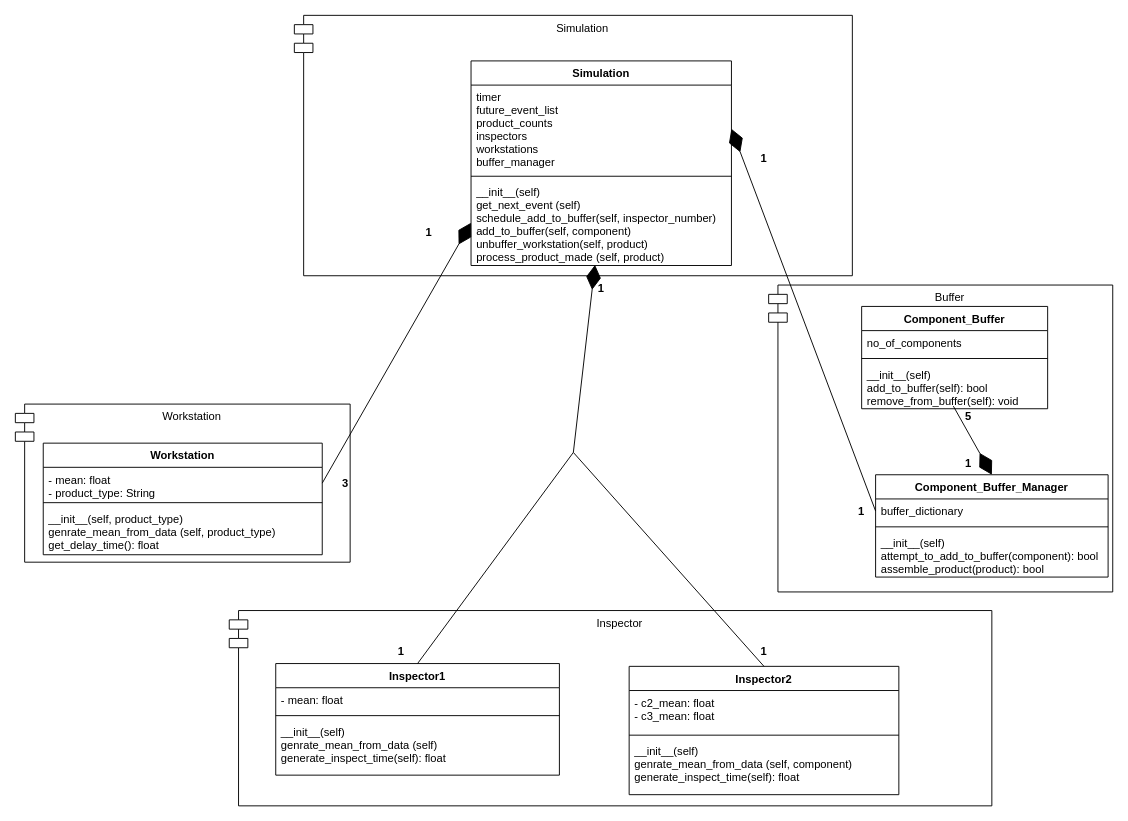
Favourolotu/Industrial-Simulation-Project keeps this draw.io diagram as UML_Diagram.drawio. Above is the earlier version. Source tidied: cells renumbered, new cells numbered last; positions are measured from the earlier drawing's top-left corner, leaving out a move shared by most shapes. Both pictures are drawn from the tidied source at 93%, with x=0, y=0 at pixel (15, 15).
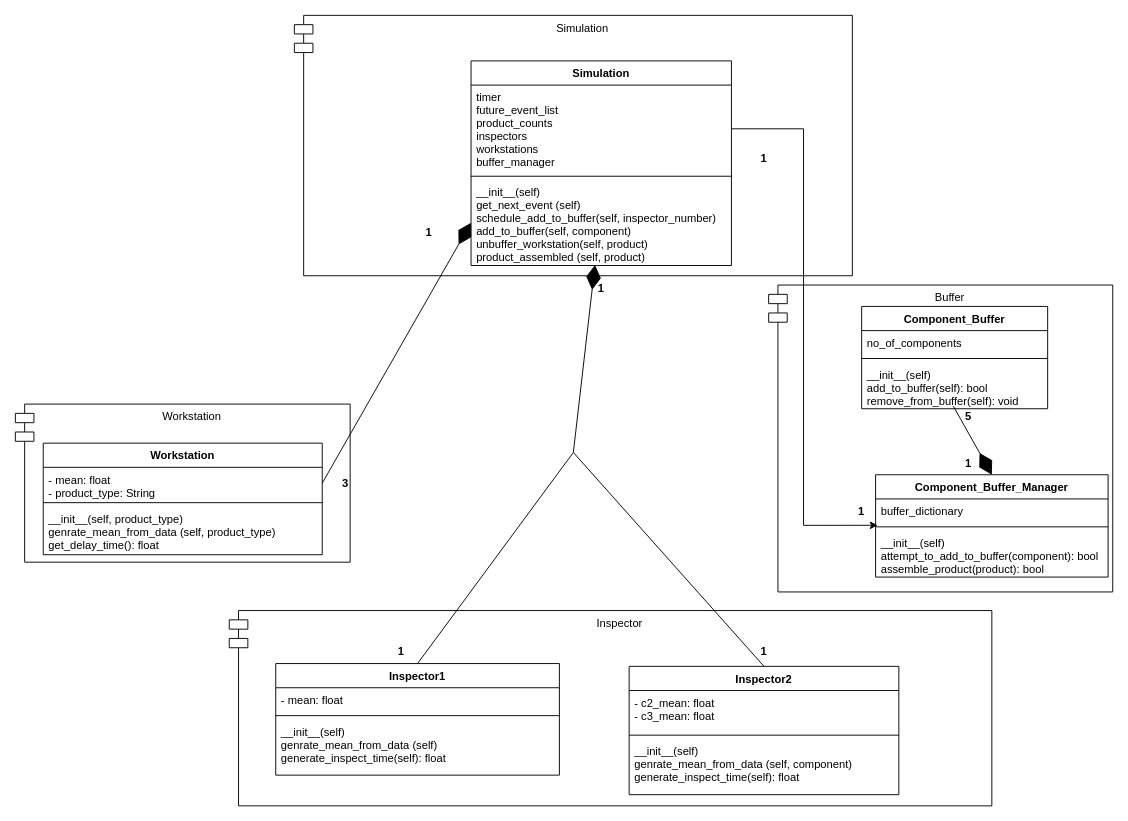
Above is the later version.

Unchanged cells that the change refers to:
```xml
<mxCell id="19" value="buffer_dictionary" style="text;strokeColor=none;fillColor=none;align=left;verticalAlign=top;spacingLeft=4;spacingRight=4;overflow=hidden;points=[[0,0.5],[1,0.5]];portConstraint=eastwest;" parent="18" vertex="1">
  <mxGeometry y="26" width="250" height="26" as="geometry" />
</mxCell>
<mxCell id="21" value="__init__(self)&#10;attempt_to_add_to_buffer(component): bool&#10;assemble_product(product): bool" style="text;strokeColor=none;fillColor=none;align=left;verticalAlign=top;spacingLeft=4;spacingRight=4;overflow=hidden;points=[[0,0.5],[1,0.5]];portConstraint=eastwest;" parent="18" vertex="1">
  <mxGeometry y="60" width="250" height="50" as="geometry" />
</mxCell>
<mxCell id="26" value="Simulation" style="swimlane;fontStyle=1;align=center;verticalAlign=top;horizontal=1;startSize=26;" parent="1" vertex="1">
  <mxGeometry x="490" y="49" width="280" height="220" as="geometry" />
</mxCell>
<mxCell id="27" value="timer&#10;future_event_list&#10;product_counts&#10;inspectors&#10;workstations&#10;buffer_manager" style="text;strokeColor=none;fillColor=none;align=left;verticalAlign=top;spacingLeft=4;spacingRight=4;overflow=hidden;points=[[0,0.5],[1,0.5]];portConstraint=eastwest;" parent="26" vertex="1">
  <mxGeometry y="26" width="280" height="94" as="geometry" />
</mxCell>
```

Diff of the diagram source:
```diff
@@
-    <mxCell id="29" value="__init__(self)&#10;get_next_event (self)&#10;schedule_add_to_buffer(self, inspector_number)&#10;add_to_buffer(self, component)&#10;unbuffer_workstation(self, product)&#10;process_product_made (self, product)" style="text;strokeColor=none;fillColor=none;align=left;verticalAlign=top;spacingLeft=4;spacingRight=4;overflow=hidden;points=[[0,0.5],[1,0.5]];portConstraint=eastwest;" parent="26" vertex="1">
+    <mxCell id="29" value="__init__(self)&#10;get_next_event (self)&#10;schedule_add_to_buffer(self, inspector_number)&#10;add_to_buffer(self, component)&#10;unbuffer_workstation(self, product)&#10;product_assembled (self, product)" style="text;strokeColor=none;fillColor=none;align=left;verticalAlign=top;spacingLeft=4;spacingRight=4;overflow=hidden;points=[[0,0.5],[1,0.5]];portConstraint=eastwest;" parent="26" vertex="1">
       <mxGeometry y="128" width="280" height="92" as="geometry" />
     </mxCell>
@@
-    <mxCell id="32" style="endArrow=diamondThin;endFill=1;endSize=24;html=1;rounded=0;entryX=1;entryY=0.5;entryDx=0;entryDy=0;exitX=0;exitY=0.5;exitDx=0;exitDy=0;" parent="1" edge="1" source="19" target="27">
-      <mxGeometry relative="1" as="geometry" />
-    </mxCell>
@@
+    <mxCell id="44" style="edgeStyle=orthogonalEdgeStyle;rounded=0;jettySize=auto;html=1;exitX=1;exitY=0.5;exitDx=0;exitDy=0;entryX=0.009;entryY=-0.113;entryDx=0;entryDy=0;entryPerimeter=0;" parent="1" edge="1" source="27" target="21">
+      <mxGeometry relative="1" as="geometry" />
+    </mxCell>
```
